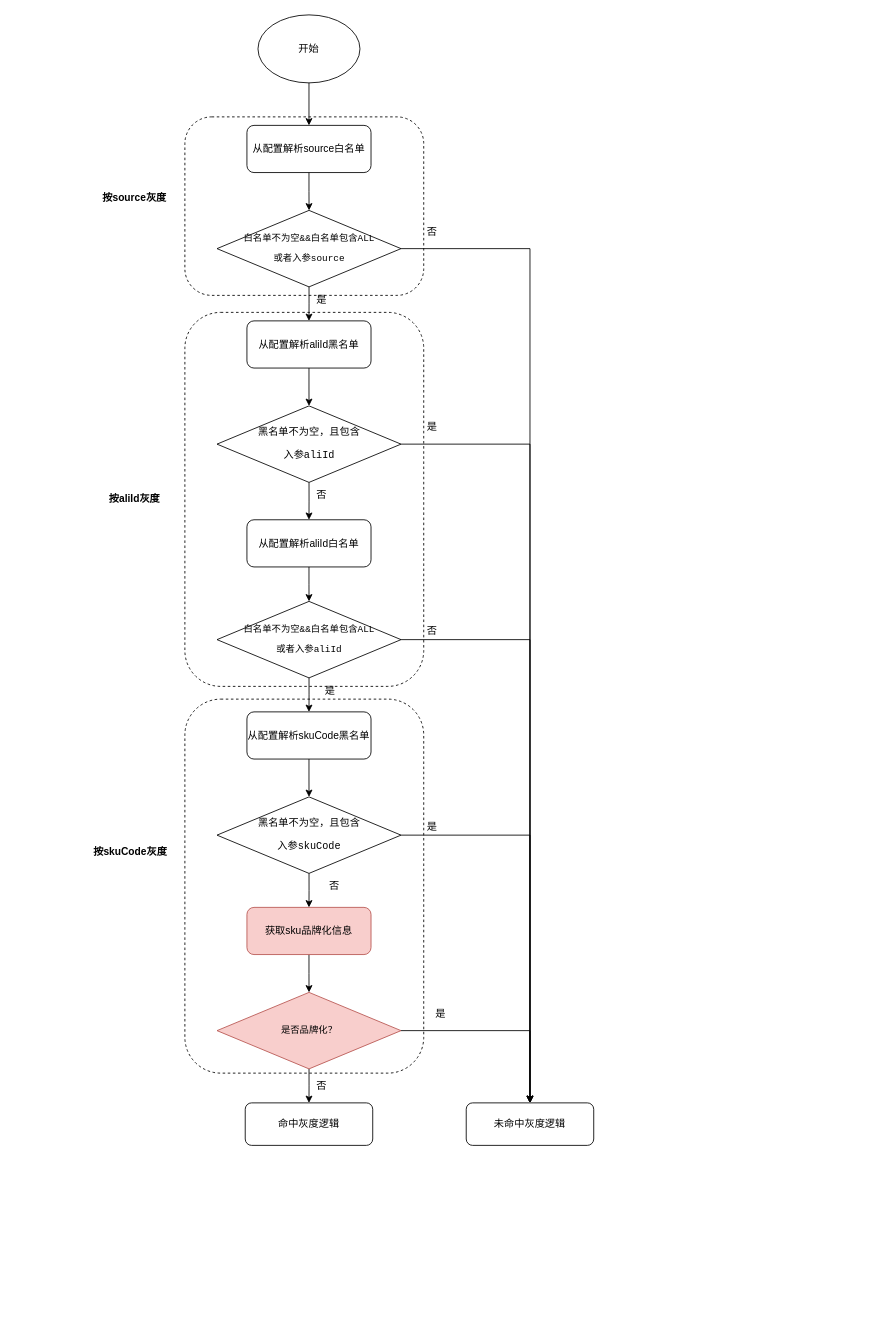
Before: 费用项缓存逻辑-新.drawio in heyrry/draw.io, a draw.io diagram. Source tidied: cells renumbered, new cells numbered last; positions are measured from the earlier drawing's top-left corner, leaving out a move shared by most shapes. Both pictures are drawn from the tidied source at 85%, with x=0, y=0 at pixel (92, -649).
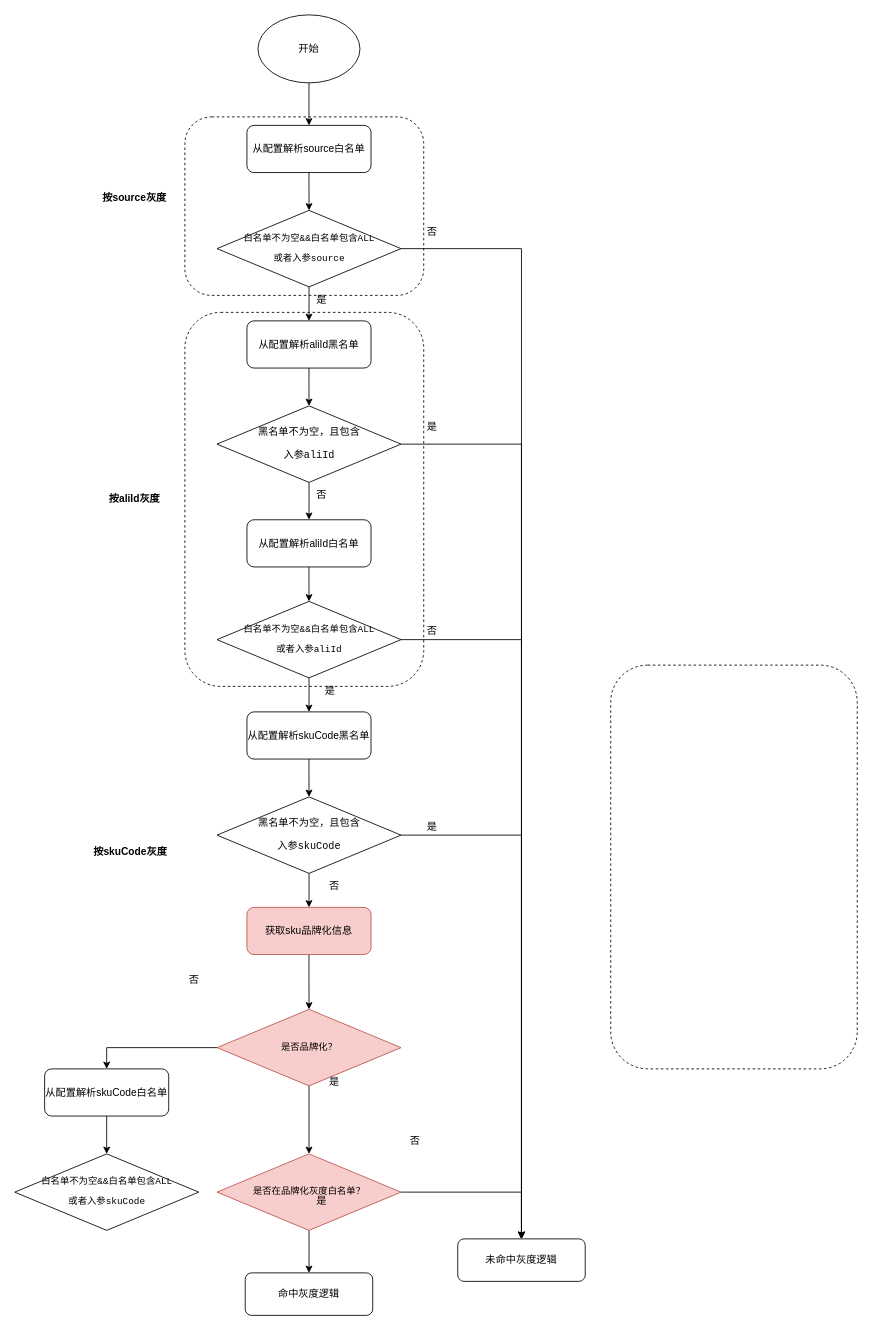
After the change.

Commit message:
更新费用项缓存逻辑-新.drawio

The edit, as a diff of the source:
```diff
@@
     <mxCell id="2" style="rounded=1;whiteSpace=wrap;html=1;fillColor=none;dashed=1;" parent="1" vertex="1">
-      <mxGeometry x="109" y="1585" width="281" height="440" as="geometry" />
+      <mxGeometry x="610" y="1545" width="290" height="475" as="geometry" />
     </mxCell>
@@
     <mxCell id="11" value="命中灰度逻辑" style="rounded=1;whiteSpace=wrap;html=1;fillColor=none;strokeColor=default;" parent="1" vertex="1">
-      <mxGeometry x="180" y="2060" width="150" height="50" as="geometry" />
+      <mxGeometry x="180" y="2260" width="150" height="50" as="geometry" />
     </mxCell>
@@
-    <mxCell id="37" style="edgeStyle=orthogonalEdgeStyle;rounded=0;jettySize=auto;html=1;exitX=1;exitY=0.5;exitDx=0;exitDy=0;entryX=0.5;entryY=0;entryDx=0;entryDy=0;" parent="1" edge="1" source="39" target="40">
-      <mxGeometry relative="1" as="geometry" />
-    </mxCell>
-    <mxCell id="38" style="edgeStyle=orthogonalEdgeStyle;rounded=0;jettySize=auto;html=1;exitX=0.5;exitY=1;exitDx=0;exitDy=0;entryX=0.5;entryY=0;entryDx=0;entryDy=0;" parent="1" edge="1" source="39" target="11">
-      <mxGeometry relative="1" as="geometry" />
-    </mxCell>
+    <mxCell id="54" style="edgeStyle=orthogonalEdgeStyle;rounded=0;jettySize=auto;html=1;exitX=0.5;exitY=1;exitDx=0;exitDy=0;entryX=0.5;entryY=0;entryDx=0;entryDy=0;" parent="1" edge="1" source="39" target="58">
+      <mxGeometry relative="1" as="geometry" />
+    </mxCell>
+    <mxCell id="55" style="edgeStyle=orthogonalEdgeStyle;rounded=0;jettySize=auto;html=1;exitX=0;exitY=0.5;exitDx=0;exitDy=0;entryX=0.5;entryY=0;entryDx=0;entryDy=0;" parent="1" edge="1" source="39" target="62">
+      <mxGeometry relative="1" as="geometry" />
+    </mxCell>
     <mxCell id="39" value="&lt;pre&gt;&lt;pre&gt;是否品牌化？&lt;/pre&gt;&lt;/pre&gt;" style="rhombus;whiteSpace=wrap;html=1;fillColor=#f8cecc;verticalAlign=middle;horizontal=1;spacing=0;fontSize=11;strokeColor=#b85450;" parent="1" vertex="1">
-      <mxGeometry x="146.8" y="1930" width="216.5" height="90" as="geometry" />
+      <mxGeometry x="146.8" y="1950" width="216.5" height="90" as="geometry" />
     </mxCell>
     <mxCell id="40" value="未命中灰度逻辑" style="rounded=1;whiteSpace=wrap;html=1;fillColor=none;strokeColor=default;" parent="1" vertex="1">
-      <mxGeometry x="440" y="2060" width="150" height="50" as="geometry" />
+      <mxGeometry x="430" y="2220" width="150" height="50" as="geometry" />
     </mxCell>
@@
     <mxCell id="43" value="否" style="text;html=1;align=center;verticalAlign=middle;whiteSpace=wrap;rounded=0;" parent="1" vertex="1">
-      <mxGeometry x="240" y="2025" width="60" height="30" as="geometry" />
+      <mxGeometry x="90" y="1900" width="60" height="30" as="geometry" />
     </mxCell>
@@
     <mxCell id="47" value="是" style="text;html=1;align=center;verticalAlign=middle;whiteSpace=wrap;rounded=0;" parent="1" vertex="1">
-      <mxGeometry x="380" y="1940" width="60" height="30" as="geometry" />
+      <mxGeometry x="255" y="2020" width="60" height="30" as="geometry" />
     </mxCell>
@@
+    <mxCell id="56" style="edgeStyle=orthogonalEdgeStyle;rounded=0;jettySize=auto;html=1;exitX=0.5;exitY=1;exitDx=0;exitDy=0;entryX=0.5;entryY=0;entryDx=0;entryDy=0;" parent="1" edge="1" source="58" target="11">
+      <mxGeometry relative="1" as="geometry" />
+    </mxCell>
+    <mxCell id="57" style="edgeStyle=orthogonalEdgeStyle;rounded=0;jettySize=auto;html=1;exitX=1;exitY=0.5;exitDx=0;exitDy=0;entryX=0.5;entryY=0;entryDx=0;entryDy=0;" parent="1" edge="1" source="58" target="40">
+      <mxGeometry relative="1" as="geometry" />
+    </mxCell>
+    <mxCell id="58" value="&lt;pre&gt;&lt;pre&gt;是否在品牌化灰度白名单？&lt;/pre&gt;&lt;/pre&gt;" style="rhombus;whiteSpace=wrap;html=1;fillColor=#f8cecc;verticalAlign=middle;horizontal=1;spacing=0;fontSize=11;strokeColor=#b85450;" parent="1" vertex="1">
+      <mxGeometry x="146.8" y="2120" width="216.5" height="90" as="geometry" />
+    </mxCell>
+    <mxCell id="59" value="是" style="text;html=1;align=center;verticalAlign=middle;whiteSpace=wrap;rounded=0;" parent="1" vertex="1">
+      <mxGeometry x="240" y="2160" width="60" height="30" as="geometry" />
+    </mxCell>
+    <mxCell id="60" value="否" style="text;html=1;align=center;verticalAlign=middle;whiteSpace=wrap;rounded=0;" parent="1" vertex="1">
+      <mxGeometry x="350" y="2090" width="60" height="30" as="geometry" />
+    </mxCell>
+    <mxCell id="61" style="edgeStyle=orthogonalEdgeStyle;rounded=0;jettySize=auto;html=1;exitX=0.5;exitY=1;exitDx=0;exitDy=0;" parent="1" edge="1" source="62" target="63">
+      <mxGeometry relative="1" as="geometry" />
+    </mxCell>
+    <mxCell id="62" value="从配置解析skuCode白名单" style="rounded=1;whiteSpace=wrap;html=1;fillColor=none;" parent="1" vertex="1">
+      <mxGeometry x="-56" y="2020" width="146" height="55.5" as="geometry" />
+    </mxCell>
+    <mxCell id="63" value="&lt;pre&gt;&lt;pre&gt;&lt;font&gt;白名单不为空&amp;amp;&amp;amp;白名单包含ALL&lt;/font&gt;&lt;/pre&gt;&lt;pre&gt;&lt;font&gt;或者&lt;/font&gt;入参skuCode&lt;/pre&gt;&lt;/pre&gt;" style="rhombus;whiteSpace=wrap;html=1;fillColor=none;verticalAlign=middle;horizontal=1;spacing=0;fontSize=11;" parent="1" vertex="1">
+      <mxGeometry x="-91.2" y="2120" width="216.5" height="90" as="geometry" />
+    </mxCell>
```
